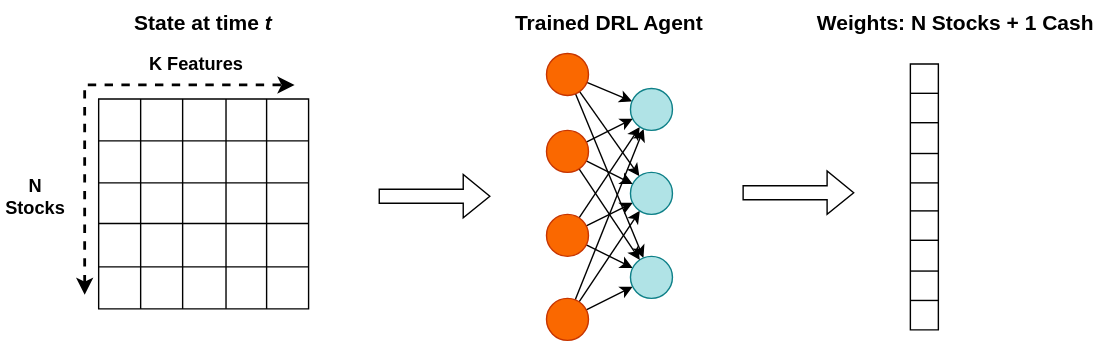
This is thesis/image/state_agent_weights.svg from zdeneklapes/ibt, a draw.io export, as it was before one commit. Source tidied: cells renumbered, new cells last; positions are measured from the earlier drawing's top-left corner, leaving out a move shared by most shapes.
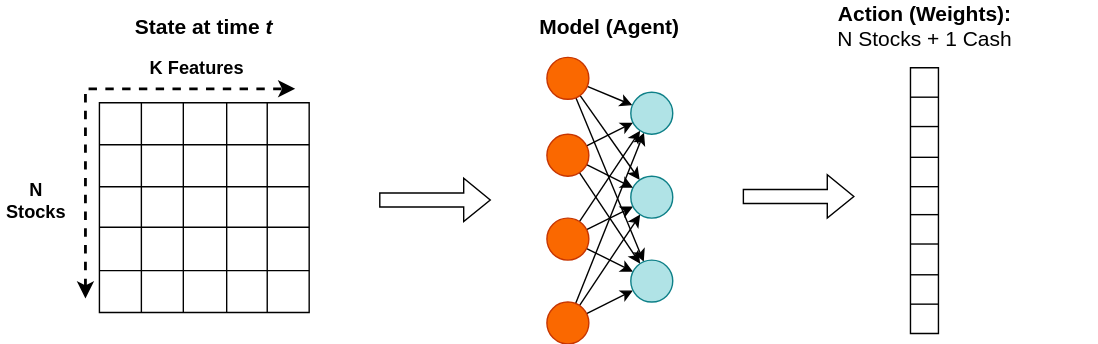
Later version of the same file.

Change to the diagram source:
```diff
@@ -236,11 +236,11 @@
         <mxPoint x="610" y="137" as="targetPoint" />
       </mxGeometry>
     </mxCell>
-    <mxCell id="76" value="&lt;span style=&quot;font-size: 15px;&quot;&gt;&lt;b&gt;Trained DRL Agent&lt;/b&gt;&lt;/span&gt;" style="text;html=1;strokeColor=none;fillColor=none;align=center;verticalAlign=middle;whiteSpace=wrap;rounded=0;" parent="1" vertex="1">
+    <mxCell id="76" value="&lt;span style=&quot;font-size: 15px;&quot;&gt;&lt;b&gt;Model (Agent)&lt;/b&gt;&lt;/span&gt;" style="text;html=1;strokeColor=none;fillColor=none;align=center;verticalAlign=middle;whiteSpace=wrap;rounded=0;" parent="1" vertex="1">
       <mxGeometry x="360" width="150" height="30" as="geometry" />
     </mxCell>
-    <mxCell id="77" value="&lt;span style=&quot;font-size: 15px;&quot;&gt;&lt;b&gt;Weights: N Stocks + 1 Cash&lt;/b&gt;&lt;/span&gt;" style="text;html=1;strokeColor=none;fillColor=none;align=center;verticalAlign=middle;whiteSpace=wrap;rounded=0;" parent="1" vertex="1">
-      <mxGeometry x="575" width="215" height="30" as="geometry" />
+    <mxCell id="77" value="&lt;span style=&quot;font-size: 15px;&quot;&gt;&lt;b&gt;Action (&lt;/b&gt;&lt;/span&gt;&lt;b style=&quot;font-size: 15px;&quot;&gt;Weights&lt;/b&gt;&lt;span style=&quot;font-size: 15px;&quot;&gt;&lt;b&gt;):&lt;/b&gt;&lt;br&gt;N Stocks + 1 Cash&lt;/span&gt;" style="text;html=1;strokeColor=none;fillColor=none;align=center;verticalAlign=middle;whiteSpace=wrap;rounded=0;" parent="1" vertex="1">
+      <mxGeometry x="537.5" width="245" height="30" as="geometry" />
     </mxCell>
     <mxCell id="78" value="&lt;span style=&quot;font-size: 15px;&quot;&gt;&lt;b&gt;State at time &lt;i&gt;t&lt;/i&gt;&lt;/b&gt;&lt;/span&gt;" style="text;html=1;strokeColor=none;fillColor=none;align=center;verticalAlign=middle;whiteSpace=wrap;rounded=0;" parent="1" vertex="1">
       <mxGeometry x="70" width="150" height="30" as="geometry" />
```
